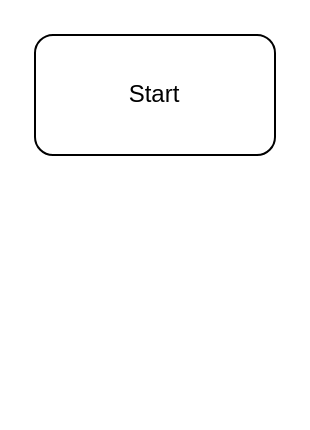
Above: UserFlowGraph.drawio in critschris/UI-Class (draw.io), before the change. Source tidied: cells renumbered, new cells numbered last; positions are measured from the earlier drawing's top-left corner, leaving out a move shared by most shapes. Both pictures are drawn from the tidied source at 200%, with x=0, y=0 at pixel (34, 34).
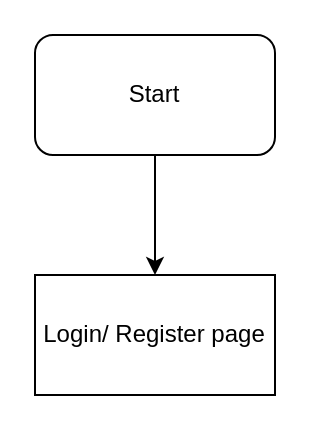
After the change.

Diff of the diagram source:
```diff
@@
 <mxGraphModel>
   <root>
     <mxCell id="0" />
     <mxCell id="1" parent="0" />
+    <mxCell id="3" style="edgeStyle=orthogonalEdgeStyle;rounded=0;jettySize=auto;html=1;entryX=0.5;entryY=0;entryDx=0;entryDy=0;" parent="1" edge="1" source="2" target="4">
+      <mxGeometry relative="1" as="geometry" />
+    </mxCell>
     <mxCell id="2" value="Start" style="rounded=1;whiteSpace=wrap;html=1;" parent="1" vertex="1">
       <mxGeometry width="120" height="60" as="geometry" />
     </mxCell>
+    <mxCell id="4" value="Login/ Register page" style="rounded=0;whiteSpace=wrap;html=1;" parent="1" vertex="1">
+      <mxGeometry y="120" width="120" height="60" as="geometry" />
+    </mxCell>
   </root>
 </mxGraphModel>
```
